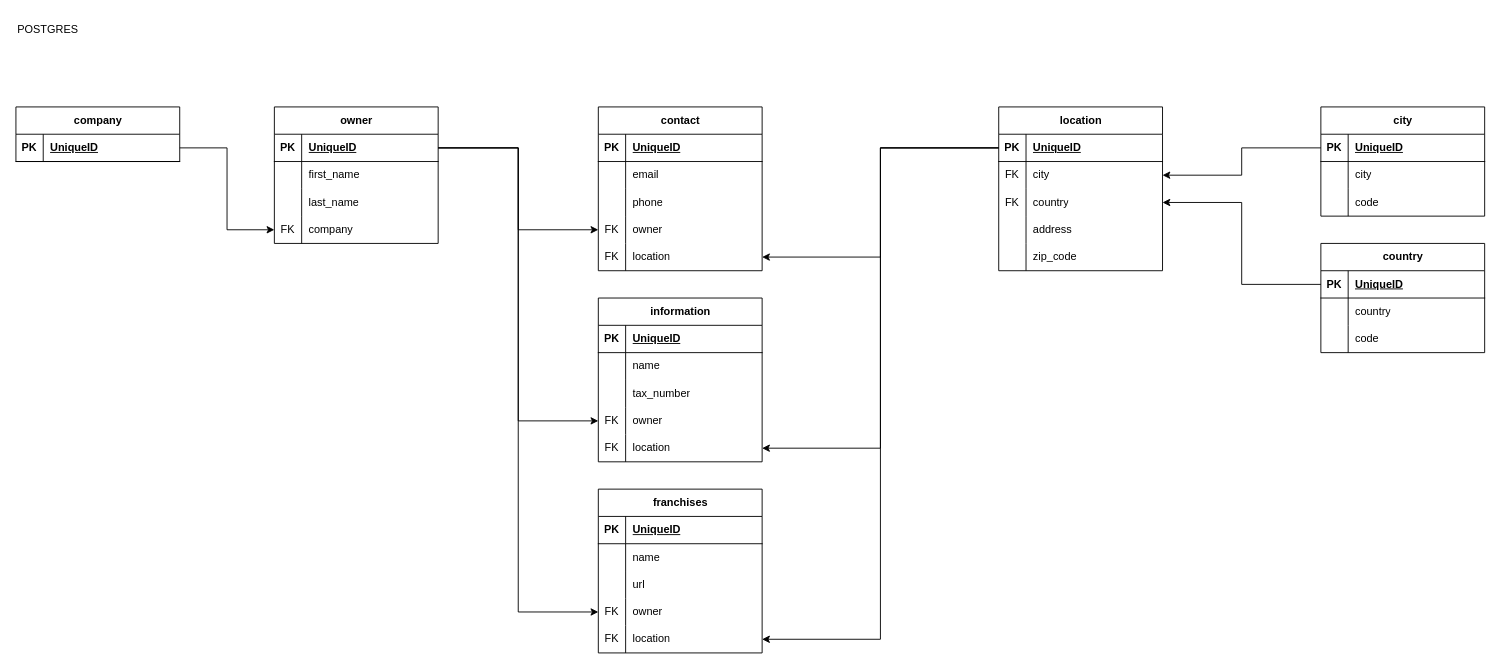
Earlier version of the draw.io diagram docs/DATABASE.drawio (daniel-mateus-dev/thecnical-test-clubhub). Source tidied: cells renumbered, new cells numbered last; positions are measured from the earlier drawing's top-left corner, leaving out a move shared by most shapes. Both pictures are drawn from the tidied source at 91%, with x=0, y=0 at pixel (15, 15).
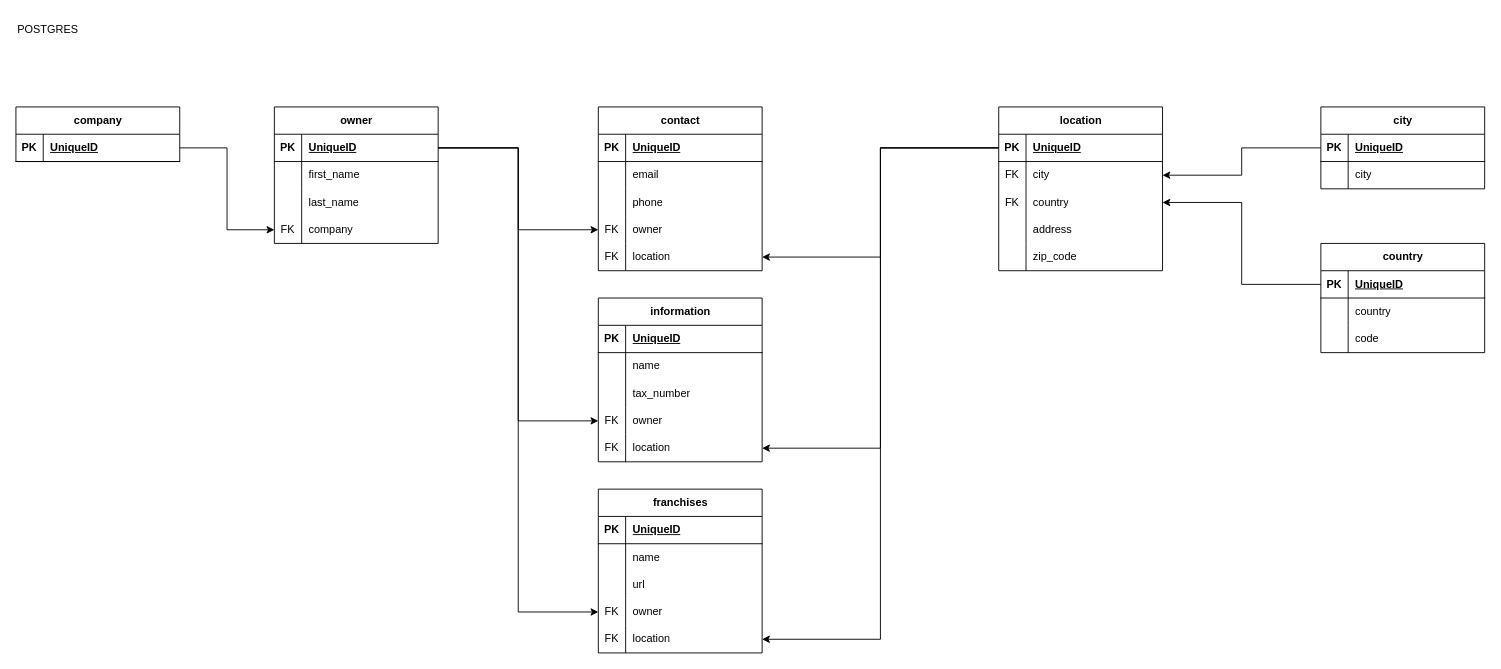
The same diagram, later.

Diff of the diagram source:
```diff
@@
     <mxCell id="91" value="city" style="shape=table;startSize=30;childLayout=tableLayout;rowLines=0;fontStyle=1;align=center;html=1;" parent="1" vertex="1">
-      <mxGeometry x="1434" y="100" width="180" height="120" as="geometry" />
+      <mxGeometry x="1434" y="100" width="180" height="90" as="geometry" />
     </mxCell>
@@
-    <mxCell id="98" style="shape=tableRow;horizontal=0;startSize=0;swimlaneHead=0;swimlaneBody=0;fillColor=none;top=0;left=0;right=0;bottom=0;" parent="91" vertex="1">
-      <mxGeometry y="90" width="180" height="30" as="geometry" />
-    </mxCell>
-    <mxCell id="99" style="shape=partialRectangle;fillColor=none;top=0;left=0;bottom=0;right=0;overflow=hidden;whiteSpace=wrap;html=1;" parent="98" vertex="1">
-      <mxGeometry width="30" height="30" as="geometry" />
-    </mxCell>
-    <mxCell id="100" value="code" style="shape=partialRectangle;fillColor=none;top=0;left=0;bottom=0;right=0;align=left;spacingLeft=6;overflow=hidden;whiteSpace=wrap;html=1;" parent="98" vertex="1">
-      <mxGeometry x="30" width="150" height="30" as="geometry" />
-    </mxCell>
```
